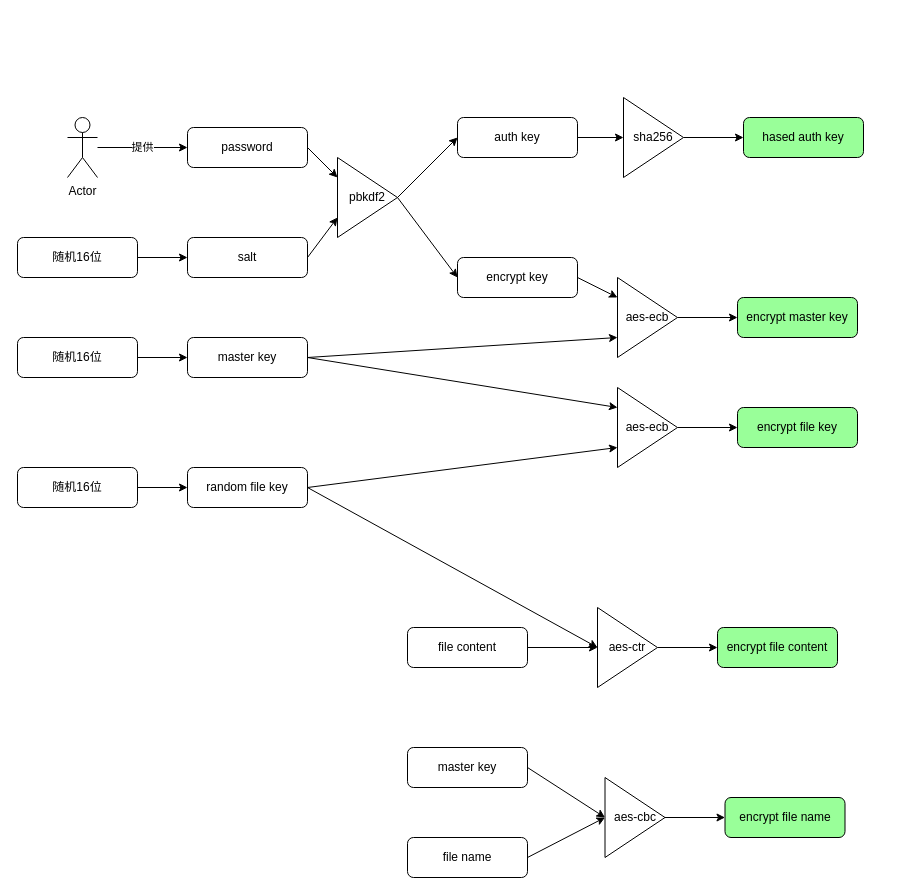
Earlier version of the draw.io diagram doc/key.drawio (isayme/span). Source tidied: cells renumbered, new cells numbered last; positions are measured from the earlier drawing's top-left corner, leaving out a move shared by most shapes. Both pictures are drawn from the tidied source at 100%, with x=0, y=0 at pixel (17, 97).
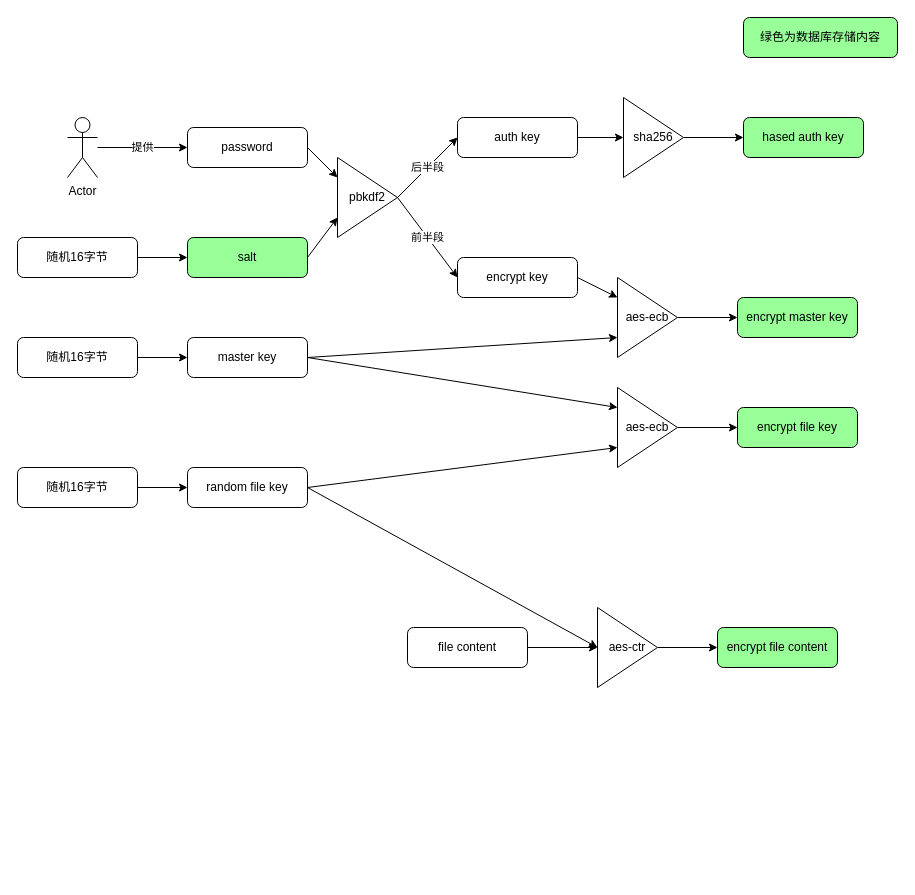
The same diagram, later.

The change refers to these unchanged cells:
```xml
<mxCell id="5" value="auth key" style="rounded=1;whiteSpace=wrap;html=1;" parent="1" vertex="1">
  <mxGeometry x="440" y="20" width="120" height="40" as="geometry" />
</mxCell>
<mxCell id="7" value="encrypt key" style="rounded=1;whiteSpace=wrap;html=1;" parent="1" vertex="1">
  <mxGeometry x="440" y="160" width="120" height="40" as="geometry" />
</mxCell>
<mxCell id="15" value="pbkdf2" style="triangle;whiteSpace=wrap;html=1;" parent="1" vertex="1">
  <mxGeometry x="320" y="60" width="60" height="80" as="geometry" />
</mxCell>
```

What changed in the source:
```diff
@@
-    <mxCell id="12" value="salt" style="rounded=1;whiteSpace=wrap;html=1;" parent="1" vertex="1">
+    <mxCell id="12" value="salt" style="rounded=1;whiteSpace=wrap;html=1;fillColor=#99FF99;" parent="1" vertex="1">
       <mxGeometry x="170" y="140" width="120" height="40" as="geometry" />
     </mxCell>
-    <mxCell id="13" style="edgeStyle=none;html=1;exitX=1;exitY=0.5;exitDx=0;exitDy=0;entryX=0;entryY=0.5;entryDx=0;entryDy=0;" parent="1" edge="1" source="15" target="7">
+    <mxCell id="13" value="前半段" style="edgeStyle=none;html=1;exitX=1;exitY=0.5;exitDx=0;exitDy=0;entryX=0;entryY=0.5;entryDx=0;entryDy=0;" parent="1" edge="1" source="15" target="7">
       <mxGeometry relative="1" as="geometry" />
     </mxCell>
-    <mxCell id="14" style="edgeStyle=none;html=1;exitX=1;exitY=0.5;exitDx=0;exitDy=0;entryX=0;entryY=0.5;entryDx=0;entryDy=0;" parent="1" edge="1" source="15" target="5">
+    <mxCell id="14" value="后半段" style="edgeStyle=none;html=1;exitX=1;exitY=0.5;exitDx=0;exitDy=0;entryX=0;entryY=0.5;entryDx=0;entryDy=0;" parent="1" edge="1" source="15" target="5">
       <mxGeometry relative="1" as="geometry" />
     </mxCell>
@@
-    <mxCell id="25" style="edgeStyle=none;html=1;exitX=1;exitY=0.5;exitDx=0;exitDy=0;entryX=0;entryY=0.5;entryDx=0;entryDy=0;" parent="1" edge="1" source="26" target="28">
-      <mxGeometry relative="1" as="geometry" />
-    </mxCell>
-    <mxCell id="26" value="file name" style="rounded=1;whiteSpace=wrap;html=1;" parent="1" vertex="1">
-      <mxGeometry x="390" y="740" width="120" height="40" as="geometry" />
-    </mxCell>
-    <mxCell id="27" style="edgeStyle=none;html=1;" parent="1" edge="1" source="28" target="29">
-      <mxGeometry relative="1" as="geometry" />
-    </mxCell>
-    <mxCell id="28" value="aes-cbc" style="triangle;whiteSpace=wrap;html=1;" parent="1" vertex="1">
-      <mxGeometry x="587.5" y="680" width="60" height="80" as="geometry" />
-    </mxCell>
-    <mxCell id="29" value="encrypt file name" style="rounded=1;whiteSpace=wrap;html=1;fillColor=#99FF99;" parent="1" vertex="1">
-      <mxGeometry x="707.5" y="700" width="120" height="40" as="geometry" />
-    </mxCell>
@@
-    <mxCell id="38" style="edgeStyle=none;html=1;exitX=1;exitY=0.5;exitDx=0;exitDy=0;entryX=0;entryY=0.5;entryDx=0;entryDy=0;" parent="1" edge="1" source="39" target="28">
-      <mxGeometry relative="1" as="geometry" />
-    </mxCell>
-    <mxCell id="39" value="master key" style="rounded=1;whiteSpace=wrap;html=1;" parent="1" vertex="1">
-      <mxGeometry x="390" y="650" width="120" height="40" as="geometry" />
-    </mxCell>
@@
-    <mxCell id="43" value="随机16位" style="rounded=1;whiteSpace=wrap;html=1;" parent="1" vertex="1">
+    <mxCell id="43" value="随机16字节" style="rounded=1;whiteSpace=wrap;html=1;" parent="1" vertex="1">
       <mxGeometry y="140" width="120" height="40" as="geometry" />
     </mxCell>
@@
-    <mxCell id="45" value="随机16位" style="rounded=1;whiteSpace=wrap;html=1;" parent="1" vertex="1">
+    <mxCell id="45" value="随机16&lt;span style=&quot;color: rgb(0, 0, 0);&quot;&gt;字节&lt;/span&gt;" style="rounded=1;whiteSpace=wrap;html=1;" parent="1" vertex="1">
       <mxGeometry y="240" width="120" height="40" as="geometry" />
     </mxCell>
@@
-    <mxCell id="47" value="随机16位" style="rounded=1;whiteSpace=wrap;html=1;" parent="1" vertex="1">
+    <mxCell id="47" value="随机16&lt;span style=&quot;color: rgb(0, 0, 0);&quot;&gt;字节&lt;/span&gt;" style="rounded=1;whiteSpace=wrap;html=1;" parent="1" vertex="1">
       <mxGeometry y="370" width="120" height="40" as="geometry" />
     </mxCell>
+    <mxCell id="48" value="绿色为数据库存储内容" style="rounded=1;whiteSpace=wrap;html=1;fillColor=#99FF99;" parent="1" vertex="1">
+      <mxGeometry x="726" y="-80" width="154" height="40" as="geometry" />
+    </mxCell>
```
